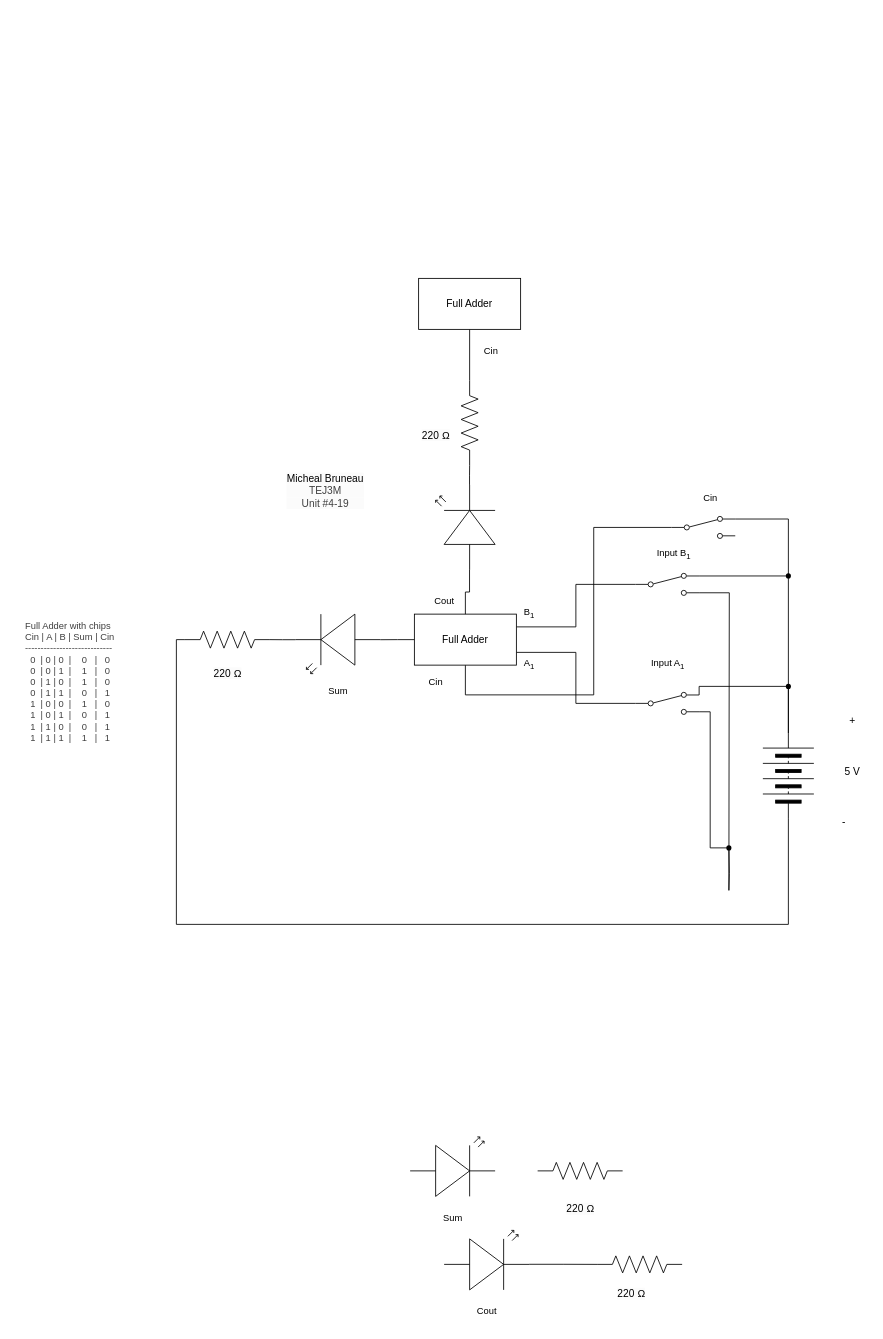
The draw.io diagram TEJ3M 4-19/schematic_diagram.drawio in michael-bruneau/TEJ3M-Unit-4, before the edit. Source tidied: cells renumbered, new cells numbered last; positions are measured from the earlier drawing's top-left corner, leaving out a move shared by most shapes. Both pictures are drawn from the tidied source at 85%, with x=0, y=0 at pixel (14, 278).
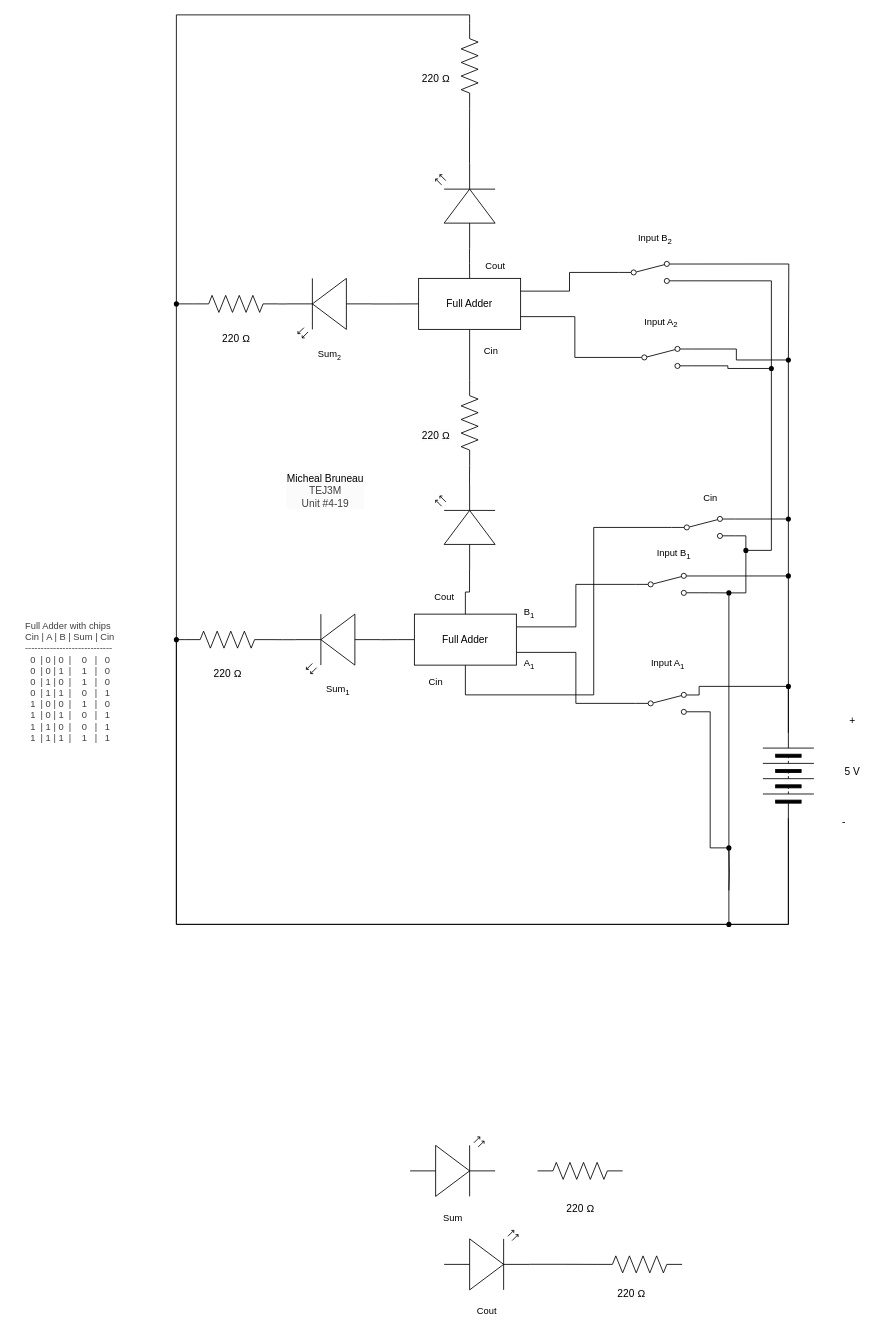
The same diagram, later.

The change refers to these unchanged cells:
```xml
<mxCell id="5" style="verticalLabelPosition=bottom;shadow=0;dashed=0;align=center;html=1;verticalAlign=top;shape=mxgraph.electrical.miscellaneous.batteryStack;rotation=-90;" parent="1" vertex="1">
  <mxGeometry x="860" y="555" width="100" height="60" as="geometry" />
</mxCell>
<mxCell id="19" style="html=1;shape=mxgraph.electrical.electro-mechanical.twoWaySwitch;elSwitchState=2;" parent="1" vertex="1">
  <mxGeometry x="730" y="347" width="75" height="26" as="geometry" />
</mxCell>
<mxCell id="30" style="html=1;shape=mxgraph.electrical.electro-mechanical.twoWaySwitch;elSwitchState=2;" parent="1" vertex="1">
  <mxGeometry x="772.5" y="280" width="75" height="26" as="geometry" />
</mxCell>
<mxCell id="50" value="Full Adder" style="rounded=0;whiteSpace=wrap;html=1;" parent="1" vertex="1">
  <mxGeometry x="475" width="120" height="60" as="geometry" />
</mxCell>
```

Diff of the diagram source:
```diff
@@
-    <mxCell id="14" value="Sum" style="text;html=1;align=center;verticalAlign=middle;strokeColor=none;fillColor=none;fontFamily=Helvetica;fontSize=11;fontColor=default;labelBackgroundColor=default;" parent="1" vertex="1">
+    <mxCell id="14" value="Sum&lt;sub&gt;1&lt;/sub&gt;" style="text;html=1;align=center;verticalAlign=middle;strokeColor=none;fillColor=none;fontFamily=Helvetica;fontSize=11;fontColor=default;labelBackgroundColor=default;" parent="1" vertex="1">
       <mxGeometry x="355" y="470" width="50" height="30" as="geometry" />
     </mxCell>
@@
     <mxCell id="23" value="Cout" style="text;html=1;align=center;verticalAlign=middle;strokeColor=none;fillColor=none;fontFamily=Helvetica;fontSize=11;fontColor=default;labelBackgroundColor=default;" parent="1" vertex="1">
-      <mxGeometry x="480" y="365" width="50" height="30" as="geometry" />
+      <mxGeometry x="480" y="360" width="50" height="30" as="geometry" />
     </mxCell>
@@
-    <mxCell id="28" style="edgeStyle=orthogonalEdgeStyle;shape=connector;rounded=0;html=1;exitX=1;exitY=0.88;exitDx=0;exitDy=0;entryDx=0;entryDy=0;entryPerimeter=0;strokeColor=default;align=center;verticalAlign=middle;fontFamily=Helvetica;fontSize=11;fontColor=default;labelBackgroundColor=default;endArrow=none;endFill=0;" parent="1" edge="1" source="19">
-      <mxGeometry relative="1" as="geometry">
-        <mxPoint x="840" y="720" as="targetPoint" />
-      </mxGeometry>
+    <mxCell id="28" style="edgeStyle=orthogonalEdgeStyle;shape=connector;rounded=0;html=1;exitDx=0;exitDy=0;entryDx=0;entryDy=0;entryPerimeter=0;strokeColor=default;align=center;verticalAlign=middle;fontFamily=Helvetica;fontSize=11;fontColor=default;labelBackgroundColor=default;endArrow=none;endFill=0;entryX=0.75;entryY=0.15;" parent="1" edge="1" source="68" target="66">
+      <mxGeometry relative="1" as="geometry" />
     </mxCell>
@@
+    <mxCell id="55" style="edgeStyle=orthogonalEdgeStyle;shape=connector;rounded=0;html=1;exitDx=0;exitDy=0;entryX=0;entryY=0.5;entryDx=0;entryDy=0;strokeColor=default;align=center;verticalAlign=middle;fontFamily=Helvetica;fontSize=11;fontColor=default;labelBackgroundColor=default;endArrow=none;endFill=0;" parent="1" edge="1" source="66" target="5">
+      <mxGeometry relative="1" as="geometry">
+        <Array as="points">
+          <mxPoint x="910" y="760" />
+        </Array>
+      </mxGeometry>
+    </mxCell>
@@
+    <mxCell id="56" style="shape=waypoint;sketch=0;fillStyle=solid;size=6;points=[];fillColor=none;perimeter=centerPerimeter;snapToPoint=1;" parent="1" vertex="1">
+      <mxGeometry x="900" y="273" width="20" height="20" as="geometry" />
+    </mxCell>
+    <mxCell id="57" style="edgeStyle=orthogonalEdgeStyle;shape=connector;rounded=0;html=1;exitDx=0;exitDy=0;entryX=0.65;entryY=0.9;entryDx=0;entryDy=0;entryPerimeter=0;strokeColor=default;align=center;verticalAlign=middle;fontFamily=Helvetica;fontSize=11;fontColor=default;labelBackgroundColor=default;endArrow=none;endFill=0;" parent="1" edge="1" source="61" target="56">
+      <mxGeometry relative="1" as="geometry" />
+    </mxCell>
+    <mxCell id="58" style="edgeStyle=orthogonalEdgeStyle;shape=connector;rounded=0;html=1;exitX=1;exitY=0.12;exitDx=0;exitDy=0;entryDx=0;entryDy=0;entryPerimeter=0;strokeColor=default;align=center;verticalAlign=middle;fontFamily=Helvetica;fontSize=11;fontColor=default;labelBackgroundColor=default;endArrow=none;endFill=0;" parent="1" edge="1" source="64">
+      <mxGeometry relative="1" as="geometry">
+        <mxPoint x="910" y="96" as="targetPoint" />
+      </mxGeometry>
+    </mxCell>
+    <mxCell id="59" style="edgeStyle=orthogonalEdgeStyle;shape=connector;rounded=0;html=1;exitX=0;exitY=0.5;exitDx=0;exitDy=0;entryX=1;entryY=0.75;entryDx=0;entryDy=0;strokeColor=default;align=center;verticalAlign=middle;fontFamily=Helvetica;fontSize=11;fontColor=default;labelBackgroundColor=default;endArrow=none;endFill=0;" parent="1" edge="1" source="60" target="50">
+      <mxGeometry relative="1" as="geometry" />
+    </mxCell>
+    <mxCell id="60" style="html=1;shape=mxgraph.electrical.electro-mechanical.twoWaySwitch;elSwitchState=2;fontFamily=Helvetica;fontSize=11;fontColor=default;labelBackgroundColor=default;" parent="1" vertex="1">
+      <mxGeometry x="722.5" y="80" width="75" height="26" as="geometry" />
+    </mxCell>
+    <mxCell id="61" style="shape=waypoint;sketch=0;fillStyle=solid;size=6;points=[];fillColor=none;perimeter=centerPerimeter;snapToPoint=1;fontFamily=Helvetica;fontSize=11;fontColor=default;labelBackgroundColor=default;" parent="1" vertex="1">
+      <mxGeometry x="900" y="86" width="20" height="20" as="geometry" />
+    </mxCell>
+    <mxCell id="62" style="edgeStyle=orthogonalEdgeStyle;shape=connector;rounded=0;html=1;exitX=1;exitY=0.12;exitDx=0;exitDy=0;entryX=0.15;entryY=0.45;entryDx=0;entryDy=0;entryPerimeter=0;strokeColor=default;align=center;verticalAlign=middle;fontFamily=Helvetica;fontSize=11;fontColor=default;labelBackgroundColor=default;endArrow=none;endFill=0;" parent="1" edge="1" source="60" target="61">
+      <mxGeometry relative="1" as="geometry" />
+    </mxCell>
+    <mxCell id="63" style="edgeStyle=orthogonalEdgeStyle;shape=connector;rounded=0;html=1;exitX=0;exitY=0.5;exitDx=0;exitDy=0;entryX=1;entryY=0.25;entryDx=0;entryDy=0;strokeColor=default;align=center;verticalAlign=middle;fontFamily=Helvetica;fontSize=11;fontColor=default;labelBackgroundColor=default;endArrow=none;endFill=0;" parent="1" edge="1" source="64" target="50">
+      <mxGeometry relative="1" as="geometry" />
+    </mxCell>
+    <mxCell id="64" style="html=1;shape=mxgraph.electrical.electro-mechanical.twoWaySwitch;elSwitchState=2;fontFamily=Helvetica;fontSize=11;fontColor=default;labelBackgroundColor=default;" parent="1" vertex="1">
+      <mxGeometry x="710" y="-20" width="75" height="26" as="geometry" />
+    </mxCell>
+    <mxCell id="65" style="edgeStyle=orthogonalEdgeStyle;shape=connector;rounded=0;html=1;exitDx=0;exitDy=0;entryDx=0;entryDy=0;strokeColor=default;align=center;verticalAlign=middle;fontFamily=Helvetica;fontSize=11;fontColor=default;labelBackgroundColor=default;endArrow=none;endFill=0;" parent="1" edge="1" source="77" target="66">
+      <mxGeometry relative="1" as="geometry">
+        <Array as="points">
+          <mxPoint x="190" y="760" />
+        </Array>
+      </mxGeometry>
+    </mxCell>
+    <mxCell id="66" style="shape=waypoint;sketch=0;fillStyle=solid;size=6;points=[];fillColor=none;perimeter=centerPerimeter;snapToPoint=1;fontFamily=Helvetica;fontSize=11;fontColor=default;labelBackgroundColor=default;" parent="1" vertex="1">
+      <mxGeometry x="830" y="750" width="20" height="20" as="geometry" />
+    </mxCell>
+    <mxCell id="67" style="edgeStyle=orthogonalEdgeStyle;shape=connector;rounded=0;html=1;exitX=1;exitY=0.88;exitDx=0;exitDy=0;entryDx=0;entryDy=0;entryPerimeter=0;strokeColor=default;align=center;verticalAlign=middle;fontFamily=Helvetica;fontSize=11;fontColor=default;labelBackgroundColor=default;endArrow=none;endFill=0;" parent="1" edge="1" source="19" target="68">
+      <mxGeometry relative="1" as="geometry" />
+    </mxCell>
+    <mxCell id="68" style="shape=waypoint;sketch=0;fillStyle=solid;size=6;points=[];fillColor=none;perimeter=centerPerimeter;snapToPoint=1;fontFamily=Helvetica;fontSize=11;fontColor=default;labelBackgroundColor=default;" parent="1" vertex="1">
+      <mxGeometry x="830" y="360" width="20" height="20" as="geometry" />
+    </mxCell>
+    <mxCell id="69" style="edgeStyle=orthogonalEdgeStyle;shape=connector;rounded=0;html=1;exitX=1;exitY=0.88;exitDx=0;exitDy=0;entryX=0.8;entryY=0.55;entryDx=0;entryDy=0;entryPerimeter=0;strokeColor=default;align=center;verticalAlign=middle;fontFamily=Helvetica;fontSize=11;fontColor=default;labelBackgroundColor=default;endArrow=none;endFill=0;" parent="1" edge="1" source="30" target="68">
+      <mxGeometry relative="1" as="geometry">
+        <Array as="points">
+          <mxPoint x="860" y="303" />
+          <mxPoint x="860" y="370" />
+        </Array>
+      </mxGeometry>
+    </mxCell>
+    <mxCell id="70" style="shape=waypoint;sketch=0;fillStyle=solid;size=6;points=[];fillColor=none;perimeter=centerPerimeter;snapToPoint=1;fontFamily=Helvetica;fontSize=11;fontColor=default;labelBackgroundColor=default;" parent="1" vertex="1">
+      <mxGeometry x="850" y="310" width="20" height="20" as="geometry" />
+    </mxCell>
+    <mxCell id="71" style="edgeStyle=orthogonalEdgeStyle;shape=connector;rounded=0;html=1;exitDx=0;exitDy=0;entryX=0.85;entryY=0.5;entryDx=0;entryDy=0;entryPerimeter=0;strokeColor=default;align=center;verticalAlign=middle;fontFamily=Helvetica;fontSize=11;fontColor=default;labelBackgroundColor=default;endArrow=none;endFill=0;" parent="1" edge="1" source="73" target="70">
+      <mxGeometry relative="1" as="geometry">
+        <Array as="points">
+          <mxPoint x="890" y="103" />
+          <mxPoint x="890" y="320" />
+        </Array>
+      </mxGeometry>
+    </mxCell>
+    <mxCell id="72" style="edgeStyle=orthogonalEdgeStyle;shape=connector;rounded=0;html=1;exitX=1;exitY=0.88;exitDx=0;exitDy=0;entryDx=0;entryDy=0;entryPerimeter=0;strokeColor=default;align=center;verticalAlign=middle;fontFamily=Helvetica;fontSize=11;fontColor=default;labelBackgroundColor=default;endArrow=none;endFill=0;" parent="1" edge="1" source="60" target="73">
+      <mxGeometry relative="1" as="geometry" />
+    </mxCell>
+    <mxCell id="73" style="shape=waypoint;sketch=0;fillStyle=solid;size=6;points=[];fillColor=none;perimeter=centerPerimeter;snapToPoint=1;fontFamily=Helvetica;fontSize=11;fontColor=default;labelBackgroundColor=default;" parent="1" vertex="1">
+      <mxGeometry x="880" y="96" width="20" height="20" as="geometry" />
+    </mxCell>
+    <mxCell id="74" style="edgeStyle=orthogonalEdgeStyle;shape=connector;rounded=0;html=1;exitX=1;exitY=0.88;exitDx=0;exitDy=0;entryX=0.7;entryY=0.35;entryDx=0;entryDy=0;entryPerimeter=0;strokeColor=default;align=center;verticalAlign=middle;fontFamily=Helvetica;fontSize=11;fontColor=default;labelBackgroundColor=default;endArrow=none;endFill=0;" parent="1" edge="1" source="64" target="73">
+      <mxGeometry relative="1" as="geometry" />
+    </mxCell>
+    <mxCell id="75" value="Input A&lt;sub&gt;2&lt;/sub&gt;" style="text;html=1;align=center;verticalAlign=middle;strokeColor=none;fillColor=none;fontFamily=Helvetica;fontSize=11;fontColor=default;labelBackgroundColor=default;" parent="1" vertex="1">
+      <mxGeometry x="730" y="38" width="60" height="30" as="geometry" />
+    </mxCell>
+    <mxCell id="76" value="Input B&lt;sub&gt;2&lt;/sub&gt;" style="text;html=1;align=center;verticalAlign=middle;strokeColor=none;fillColor=none;fontFamily=Helvetica;fontSize=11;fontColor=default;labelBackgroundColor=default;" parent="1" vertex="1">
+      <mxGeometry x="722.5" y="-60" width="60" height="30" as="geometry" />
+    </mxCell>
+    <mxCell id="77" style="shape=waypoint;sketch=0;fillStyle=solid;size=6;points=[];fillColor=none;perimeter=centerPerimeter;snapToPoint=1;fontFamily=Helvetica;fontSize=11;fontColor=default;labelBackgroundColor=default;" parent="1" vertex="1">
+      <mxGeometry x="180" y="415" width="20" height="20" as="geometry" />
+    </mxCell>
+    <mxCell id="78" value="&lt;span style=&quot;color: rgb(0, 0, 0); font-size: 12px; background-color: rgb(251, 251, 251);&quot;&gt;220 Ω&lt;/span&gt;" style="text;html=1;align=center;verticalAlign=middle;strokeColor=none;fillColor=none;fontFamily=Helvetica;fontSize=11;fontColor=default;labelBackgroundColor=default;" parent="1" vertex="1">
+      <mxGeometry x="230" y="56" width="60" height="30" as="geometry" />
+    </mxCell>
+    <mxCell id="79" value="Sum&lt;font size=&quot;1&quot;&gt;&lt;sub&gt;2&lt;/sub&gt;&lt;/font&gt;" style="text;html=1;align=center;verticalAlign=middle;strokeColor=none;fillColor=none;fontFamily=Helvetica;fontSize=11;fontColor=default;labelBackgroundColor=default;" parent="1" vertex="1">
+      <mxGeometry x="345" y="75" width="50" height="30" as="geometry" />
+    </mxCell>
+    <mxCell id="80" style="edgeStyle=orthogonalEdgeStyle;shape=connector;rounded=0;html=1;exitX=0;exitY=0.57;exitDx=0;exitDy=0;exitPerimeter=0;entryX=0;entryY=0.5;entryDx=0;entryDy=0;strokeColor=default;align=center;verticalAlign=middle;fontFamily=Helvetica;fontSize=11;fontColor=default;labelBackgroundColor=default;endArrow=none;endFill=0;" parent="1" edge="1" source="81" target="50">
+      <mxGeometry relative="1" as="geometry" />
+    </mxCell>
+    <mxCell id="81" style="verticalLabelPosition=bottom;shadow=0;dashed=0;align=center;html=1;verticalAlign=top;shape=mxgraph.electrical.opto_electronics.led_2;rotation=-180;" parent="1" vertex="1">
+      <mxGeometry x="320" width="100" height="70" as="geometry" />
+    </mxCell>
+    <mxCell id="82" style="verticalLabelPosition=bottom;shadow=0;dashed=0;align=center;html=1;verticalAlign=top;shape=mxgraph.electrical.resistors.resistor_2;" parent="1" vertex="1">
+      <mxGeometry x="210" y="20" width="100" height="20" as="geometry" />
+    </mxCell>
+    <mxCell id="83" style="edgeStyle=orthogonalEdgeStyle;shape=connector;rounded=0;html=1;exitX=1;exitY=0.57;exitDx=0;exitDy=0;exitPerimeter=0;entryX=1;entryY=0.5;entryDx=0;entryDy=0;entryPerimeter=0;strokeColor=default;align=center;verticalAlign=middle;fontFamily=Helvetica;fontSize=11;fontColor=default;labelBackgroundColor=default;endArrow=none;endFill=0;" parent="1" edge="1" source="81" target="82">
+      <mxGeometry relative="1" as="geometry" />
+    </mxCell>
+    <mxCell id="84" style="edgeStyle=orthogonalEdgeStyle;shape=connector;rounded=0;html=1;exitX=0;exitY=0.5;exitDx=0;exitDy=0;exitPerimeter=0;entryX=0.5;entryY=0.25;entryDx=0;entryDy=0;entryPerimeter=0;strokeColor=default;align=center;verticalAlign=middle;fontFamily=Helvetica;fontSize=11;fontColor=default;labelBackgroundColor=default;endArrow=none;endFill=0;" parent="1" edge="1" source="82" target="77">
+      <mxGeometry relative="1" as="geometry" />
+    </mxCell>
+    <mxCell id="85" value="Cout" style="text;html=1;align=center;verticalAlign=middle;strokeColor=none;fillColor=none;fontFamily=Helvetica;fontSize=11;fontColor=default;labelBackgroundColor=default;" parent="1" vertex="1">
+      <mxGeometry x="540" y="-30" width="50" height="30" as="geometry" />
+    </mxCell>
+    <mxCell id="86" style="edgeStyle=orthogonalEdgeStyle;shape=connector;rounded=0;html=1;exitX=0;exitY=0.57;exitDx=0;exitDy=0;exitPerimeter=0;entryX=0.5;entryY=0;entryDx=0;entryDy=0;strokeColor=default;align=center;verticalAlign=middle;fontFamily=Helvetica;fontSize=11;fontColor=default;labelBackgroundColor=default;endArrow=none;endFill=0;" parent="1" edge="1" source="87" target="50">
+      <mxGeometry relative="1" as="geometry" />
+    </mxCell>
+    <mxCell id="87" style="verticalLabelPosition=bottom;shadow=0;dashed=0;align=center;html=1;verticalAlign=top;shape=mxgraph.electrical.opto_electronics.led_2;fontFamily=Helvetica;fontSize=11;fontColor=default;labelBackgroundColor=default;rotation=-90;" parent="1" vertex="1">
+      <mxGeometry x="480" y="-120" width="100" height="70" as="geometry" />
+    </mxCell>
+    <mxCell id="88" value="&lt;span style=&quot;color: rgb(0, 0, 0); font-size: 12px; background-color: rgb(251, 251, 251);&quot;&gt;220 Ω&lt;/span&gt;" style="text;html=1;align=center;verticalAlign=middle;strokeColor=none;fillColor=none;fontFamily=Helvetica;fontSize=11;fontColor=default;labelBackgroundColor=default;" parent="1" vertex="1">
+      <mxGeometry x="465" y="-250" width="60" height="30" as="geometry" />
+    </mxCell>
+    <mxCell id="89" style="edgeStyle=orthogonalEdgeStyle;shape=connector;rounded=0;html=1;exitX=0;exitY=0.5;exitDx=0;exitDy=0;exitPerimeter=0;strokeColor=default;align=center;verticalAlign=middle;fontFamily=Helvetica;fontSize=11;fontColor=default;labelBackgroundColor=default;endArrow=none;endFill=0;entryX=0.2;entryY=0.05;entryDx=0;entryDy=0;entryPerimeter=0;" parent="1" edge="1" source="90" target="92">
+      <mxGeometry relative="1" as="geometry" />
+    </mxCell>
+    <mxCell id="90" style="verticalLabelPosition=bottom;shadow=0;dashed=0;align=center;html=1;verticalAlign=top;shape=mxgraph.electrical.resistors.resistor_2;rotation=90;" parent="1" vertex="1">
+      <mxGeometry x="485" y="-260" width="100" height="20" as="geometry" />
+    </mxCell>
+    <mxCell id="91" style="edgeStyle=orthogonalEdgeStyle;shape=connector;rounded=0;html=1;exitX=1;exitY=0.57;exitDx=0;exitDy=0;exitPerimeter=0;entryX=1;entryY=0.5;entryDx=0;entryDy=0;entryPerimeter=0;strokeColor=default;align=center;verticalAlign=middle;fontFamily=Helvetica;fontSize=11;fontColor=default;labelBackgroundColor=default;endArrow=none;endFill=0;" parent="1" edge="1" source="87" target="90">
+      <mxGeometry relative="1" as="geometry" />
+    </mxCell>
+    <mxCell id="92" style="shape=waypoint;sketch=0;fillStyle=solid;size=6;points=[];fillColor=none;perimeter=centerPerimeter;snapToPoint=1;fontFamily=Helvetica;fontSize=11;fontColor=default;labelBackgroundColor=default;" parent="1" vertex="1">
+      <mxGeometry x="180" y="20" width="20" height="20" as="geometry" />
+    </mxCell>
```
